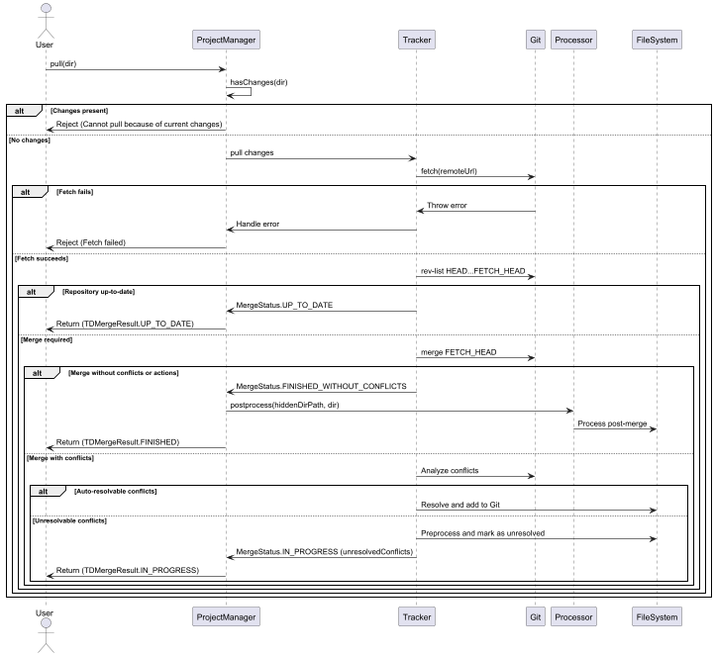
This is docs/pull.png from ssandrini/td-version-control, a PlantUML export, as it was before one commit. Its diagram source:
```plantuml
@startuml
actor User
participant ProjectManager
participant Tracker
participant Git
participant Processor
participant FileSystem as FS

User -> ProjectManager : pull(dir)
ProjectManager -> ProjectManager : hasChanges(dir)
alt Changes present
    ProjectManager -> User : Reject (Cannot pull because of current changes)
else No changes
    ProjectManager -> Tracker : pull changes
    Tracker -> Git : fetch(remoteUrl)
    alt Fetch fails
        Git -> Tracker : Throw error
        Tracker -> ProjectManager : Handle error
        ProjectManager -> User : Reject (Fetch failed)
    else Fetch succeeds
        Tracker -> Git : rev-list HEAD...FETCH_HEAD
        alt Repository up-to-date
            Tracker -> ProjectManager : MergeStatus.UP_TO_DATE
            ProjectManager -> User : Return (TDMergeResult.UP_TO_DATE)
        else Merge required
            Tracker -> Git : merge FETCH_HEAD
            alt Merge without conflicts or actions
                Tracker -> ProjectManager : MergeStatus.FINISHED_WITHOUT_CONFLICTS
                ProjectManager -> Processor : postprocess(hiddenDirPath, dir)
                Processor -> FS : Process post-merge
                ProjectManager -> User : Return (TDMergeResult.FINISHED)
            else Merge with conflicts
                Tracker -> Git : Analyze conflicts
                alt Auto-resolvable conflicts
                    Tracker -> FS : Resolve and add to Git
                else Unresolvable conflicts
                    Tracker -> FS : Preprocess and mark as unresolved
                    Tracker -> ProjectManager : MergeStatus.IN_PROGRESS (unresolvedConflicts)
                    ProjectManager -> User : Return (TDMergeResult.IN_PROGRESS)
                end
            end
        end
    end
end
@enduml
```
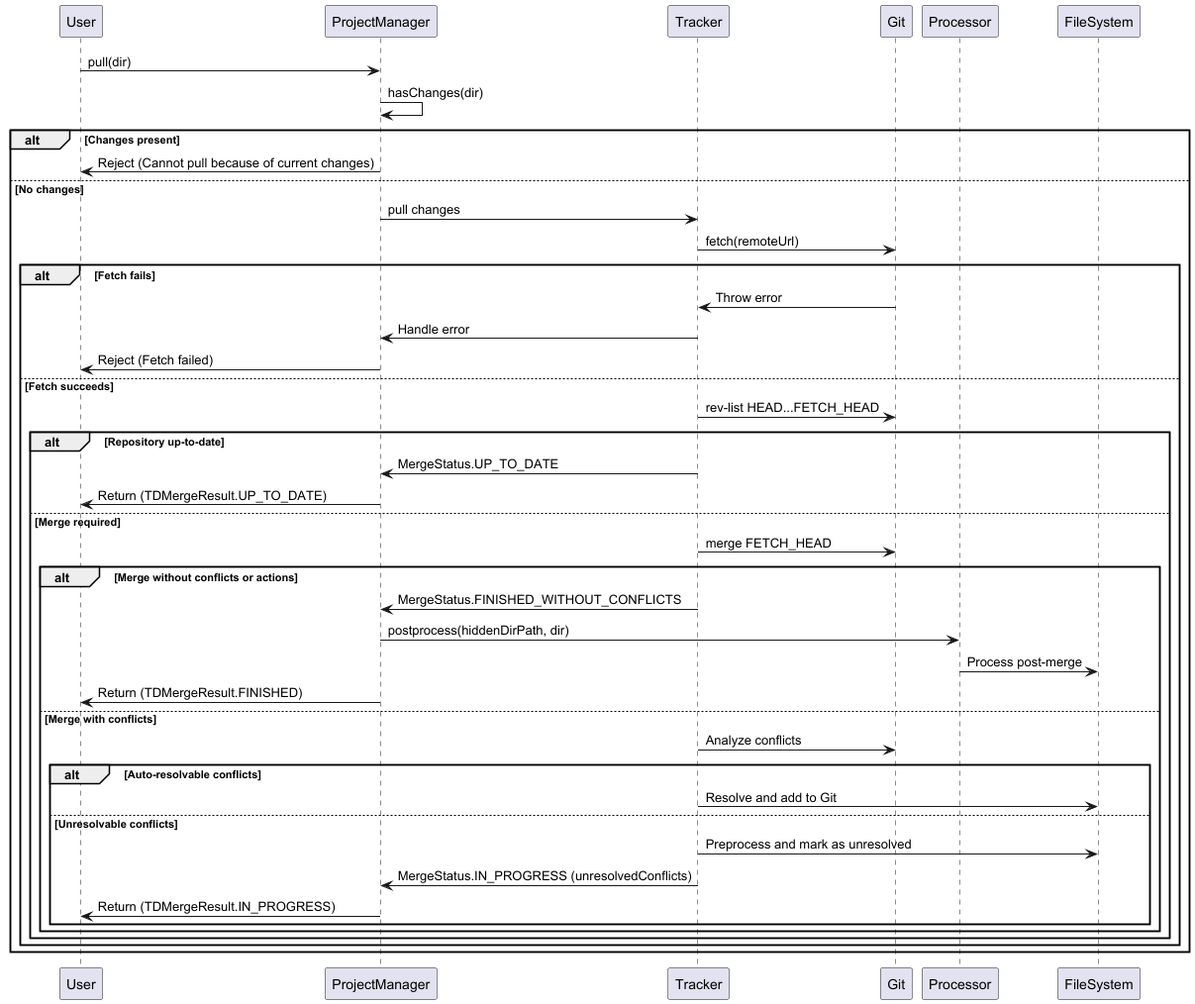
The same diagram one commit later.

What changed in the source:
```diff
@@ -1,5 +1,5 @@
 @startuml
-actor User
+participant User
 participant ProjectManager
 participant Tracker
 participant Git
```
